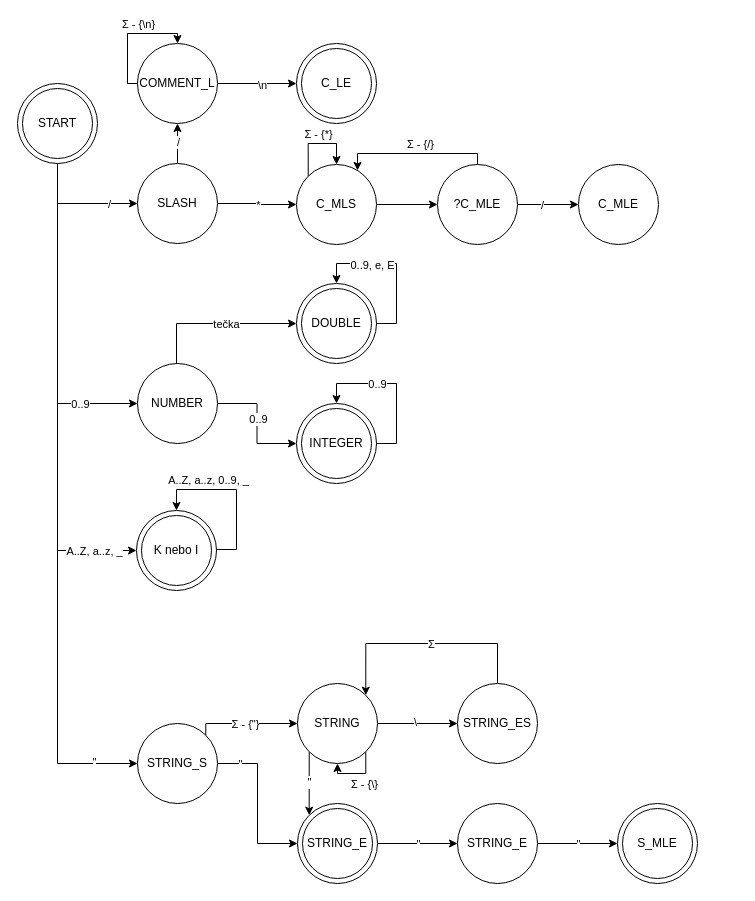
Before: doc/other/lexer.drawio in Zero5G/ifj-project, a draw.io diagram. Source tidied: cells renumbered, new cells numbered last; positions are measured from the earlier drawing's top-left corner, leaving out a move shared by most shapes. Both pictures are drawn from the tidied source at 100%, with x=0, y=0 at pixel (17, 33).
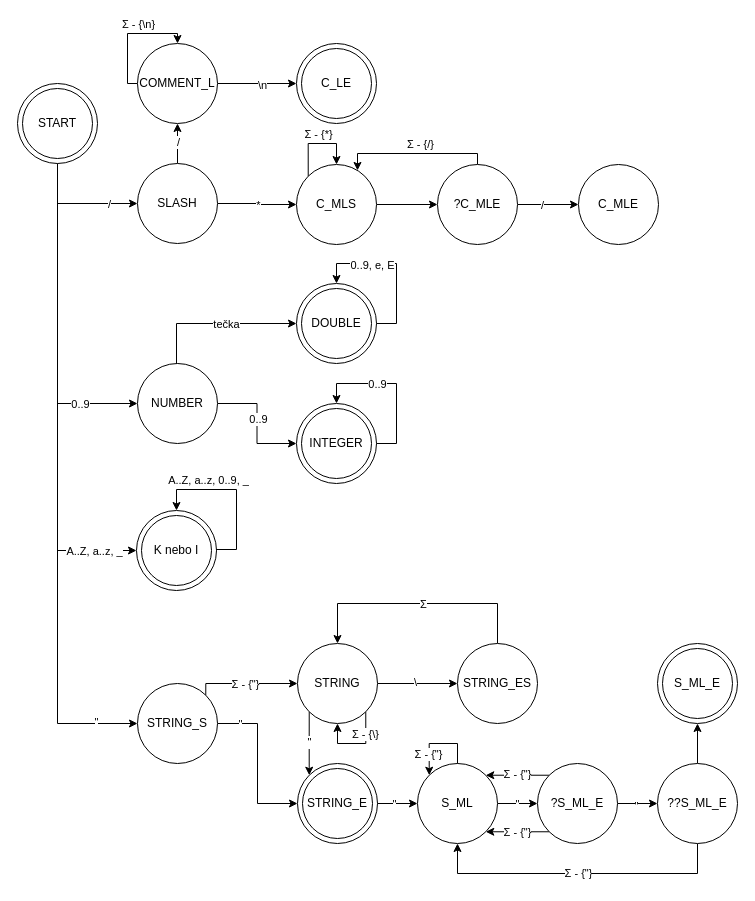
The same page after the edit.

Commit message:
fsm: fix comments

The change refers to these unchanged cells:
```xml
<mxCell id="76" style="ellipse;whiteSpace=wrap;html=1;shapeInside=1;" parent="75" vertex="1">
  <mxGeometry width="80" height="80" as="geometry" />
</mxCell>
```

Change to the diagram source:
```diff
@@
     <mxCell id="21" style="edgeStyle=orthogonalEdgeStyle;rounded=0;jettySize=auto;html=1;exitX=1;exitY=0;exitDx=0;exitDy=0;entryX=0;entryY=0.5;entryDx=0;entryDy=0;" parent="1" edge="1" source="72" target="74">
       <mxGeometry relative="1" as="geometry">
         <Array as="points">
-          <mxPoint x="188.3" y="690" />
+          <mxPoint x="188.3" y="650" />
         </Array>
       </mxGeometry>
     </mxCell>
@@
     <mxCell id="25" style="edgeStyle=orthogonalEdgeStyle;rounded=0;jettySize=auto;html=1;exitX=0;exitY=1;exitDx=0;exitDy=0;entryX=0;entryY=0;entryDx=0;entryDy=0;" parent="1" edge="1" source="74" target="76">
       <mxGeometry relative="1" as="geometry">
         <Array as="points">
-          <mxPoint x="291.7" y="750" />
-          <mxPoint x="291.7" y="750" />
+          <mxPoint x="291.7" y="710" />
+          <mxPoint x="291.7" y="710" />
         </Array>
       </mxGeometry>
     </mxCell>
@@
     <mxCell id="27" style="edgeStyle=orthogonalEdgeStyle;rounded=0;jettySize=auto;html=1;entryX=0;entryY=0.5;entryDx=0;entryDy=0;exitX=1;exitY=0.5;exitDx=0;exitDy=0;" parent="1" edge="1" source="74" target="73">
       <mxGeometry relative="1" as="geometry">
         <Array as="points">
-          <mxPoint x="440" y="690" />
-          <mxPoint x="440" y="690" />
+          <mxPoint x="440" y="650" />
+          <mxPoint x="440" y="650" />
         </Array>
       </mxGeometry>
     </mxCell>
@@
-    <mxCell id="29" style="edgeStyle=orthogonalEdgeStyle;rounded=0;jettySize=auto;html=1;exitX=1;exitY=0.5;exitDx=0;exitDy=0;entryX=0;entryY=0.5;entryDx=0;entryDy=0;" parent="1" edge="1" source="76" target="78">
-      <mxGeometry relative="1" as="geometry" />
-    </mxCell>
-    <mxCell id="30" value="&quot;" style="edgeLabel;html=1;align=center;verticalAlign=middle;" parent="29" vertex="1">
-      <mxGeometry x="-0.08" y="-1" relative="1" as="geometry">
-        <mxPoint x="3" y="-1" as="offset" />
-      </mxGeometry>
-    </mxCell>
-    <mxCell id="31" style="edgeStyle=orthogonalEdgeStyle;rounded=0;jettySize=auto;html=1;exitX=0.5;exitY=0;exitDx=0;exitDy=0;entryX=1;entryY=0;entryDx=0;entryDy=0;" parent="1" edge="1" source="73" target="74">
+    <mxCell id="31" style="edgeStyle=orthogonalEdgeStyle;rounded=0;jettySize=auto;html=1;exitX=0.5;exitY=0;exitDx=0;exitDy=0;entryX=0.5;entryY=0;entryDx=0;entryDy=0;" parent="1" edge="1" source="73" target="74">
       <mxGeometry relative="1" as="geometry">
         <Array as="points">
-          <mxPoint x="348.3" y="610" />
+          <mxPoint x="480" y="570" />
+          <mxPoint x="320" y="570" />
         </Array>
       </mxGeometry>
     </mxCell>
@@
-    <mxCell id="33" style="edgeStyle=orthogonalEdgeStyle;rounded=0;jettySize=auto;html=1;exitX=1;exitY=0.5;exitDx=0;exitDy=0;entryX=0;entryY=0.5;entryDx=0;entryDy=0;" parent="1" edge="1" source="78" target="80">
-      <mxGeometry relative="1" as="geometry" />
-    </mxCell>
-    <mxCell id="34" value="&quot;" style="edgeLabel;html=1;align=center;verticalAlign=middle;" parent="33" vertex="1">
-      <mxGeometry x="-0.46" relative="1" as="geometry">
-        <mxPoint x="18" as="offset" />
-      </mxGeometry>
-    </mxCell>
     <mxCell id="35" style="edgeStyle=orthogonalEdgeStyle;rounded=0;orthogonalLoop=1;jettySize=auto;html=1;innerLoopWaypoints=1;exitX=1;exitY=1;exitDx=0;exitDy=0;entryX=0.5;entryY=1;entryDx=0;entryDy=0;" parent="1" edge="1" source="74" target="74">
       <mxGeometry relative="1" as="geometry">
         <Array as="points">
-          <mxPoint x="348.4" y="740" />
-          <mxPoint x="320" y="740" />
+          <mxPoint x="348.3" y="710" />
+          <mxPoint x="320" y="710" />
         </Array>
       </mxGeometry>
     </mxCell>
     <mxCell id="36" value="Σ - {\}" style="edgeLabel;html=1;align=center;verticalAlign=middle;" parent="35" vertex="1">
       <mxGeometry x="-0.11" y="1" relative="1" as="geometry">
-        <mxPoint x="3" y="9" as="offset" />
+        <mxPoint x="3" y="-11" as="offset" />
       </mxGeometry>
     </mxCell>
@@
     <mxCell id="72" value="STRING_S" style="ellipse;whiteSpace=wrap;html=1;shapeInside=1;" parent="1" vertex="1">
-      <mxGeometry x="120" y="690" width="80" height="80" as="geometry" />
+      <mxGeometry x="120" y="650" width="80" height="80" as="geometry" />
     </mxCell>
     <mxCell id="73" value="STRING_ES" style="ellipse;whiteSpace=wrap;html=1;shapeInside=1;" parent="1" vertex="1">
-      <mxGeometry x="440" y="650" width="80" height="80" as="geometry" />
+      <mxGeometry x="440" y="610" width="80" height="80" as="geometry" />
     </mxCell>
     <mxCell id="74" value="STRING" style="ellipse;whiteSpace=wrap;html=1;shapeInside=1;" parent="1" vertex="1">
-      <mxGeometry x="280" y="650" width="80" height="80" as="geometry" />
+      <mxGeometry x="280" y="610" width="80" height="80" as="geometry" />
     </mxCell>
     <mxCell id="75" style="group;" parent="1" vertex="1">
-      <mxGeometry x="280" y="770" width="80" height="80" as="geometry" />
+      <mxGeometry x="280" y="730" width="80" height="80" as="geometry" />
     </mxCell>
@@
-    <mxCell id="78" value="STRING_E" style="ellipse;whiteSpace=wrap;html=1;shapeInside=1;" parent="1" vertex="1">
-      <mxGeometry x="440" y="770" width="80" height="80" as="geometry" />
-    </mxCell>
-    <mxCell id="79" style="group;" parent="1" vertex="1">
-      <mxGeometry x="600" y="770" width="80" height="80" as="geometry" />
-    </mxCell>
+    <mxCell id="82" style="edgeStyle=orthogonalEdgeStyle;rounded=0;jettySize=auto;html=1;" parent="1" edge="1" source="84" target="95">
+      <mxGeometry relative="1" as="geometry" />
+    </mxCell>
+    <mxCell id="83" value="&quot;" style="edgeLabel;html=1;align=center;verticalAlign=middle;" parent="82" vertex="1">
+      <mxGeometry x="-0.05" relative="1" as="geometry" />
+    </mxCell>
+    <mxCell id="84" value="S_ML" style="ellipse;whiteSpace=wrap;html=1;shapeInside=1;" parent="1" vertex="1">
+      <mxGeometry x="400" y="730" width="80" height="80" as="geometry" />
+    </mxCell>
+    <mxCell id="85" style="edgeStyle=orthogonalEdgeStyle;rounded=0;jettySize=auto;html=1;exitX=1;exitY=0.5;exitDx=0;exitDy=0;" parent="1" edge="1" source="76" target="84">
+      <mxGeometry relative="1" as="geometry" />
+    </mxCell>
+    <mxCell id="86" value="&quot;" style="edgeLabel;html=1;align=center;verticalAlign=middle;" parent="85" vertex="1">
+      <mxGeometry x="-0.18" relative="1" as="geometry" />
+    </mxCell>
+    <mxCell id="87" style="edgeStyle=orthogonalEdgeStyle;rounded=0;orthogonalLoop=1;jettySize=auto;html=1;innerLoopWaypoints=1;exitX=0.5;exitY=0;exitDx=0;exitDy=0;entryX=0;entryY=0;entryDx=0;entryDy=0;" parent="1" edge="1" source="84" target="84">
+      <mxGeometry relative="1" as="geometry">
+        <Array as="points">
+          <mxPoint x="440" y="710" />
+          <mxPoint x="411.7" y="710" />
+        </Array>
+      </mxGeometry>
+    </mxCell>
+    <mxCell id="88" value="Σ - {&quot;}" style="edgeLabel;html=1;align=center;verticalAlign=middle;" parent="87" vertex="1">
+      <mxGeometry x="-0.18" y="-1" relative="1" as="geometry">
+        <mxPoint x="-17" y="11" as="offset" />
+      </mxGeometry>
+    </mxCell>
+    <mxCell id="89" style="edgeStyle=orthogonalEdgeStyle;rounded=0;jettySize=auto;html=1;" parent="1" edge="1" source="95" target="99">
+      <mxGeometry relative="1" as="geometry" />
+    </mxCell>
+    <mxCell id="90" value="&quot;" style="edgeLabel;html=1;align=center;verticalAlign=middle;" parent="89" vertex="1">
+      <mxGeometry x="-0.11" y="-2" relative="1" as="geometry" />
+    </mxCell>
+    <mxCell id="91" style="edgeStyle=orthogonalEdgeStyle;rounded=0;jettySize=auto;html=1;exitX=0;exitY=0;exitDx=0;exitDy=0;entryX=1;entryY=0;entryDx=0;entryDy=0;" parent="1" edge="1" source="95" target="84">
+      <mxGeometry relative="1" as="geometry" />
+    </mxCell>
+    <mxCell id="92" value="Σ - {&quot;}" style="edgeLabel;html=1;align=center;verticalAlign=middle;" parent="91" vertex="1">
+      <mxGeometry x="0.02" y="-1" relative="1" as="geometry" />
+    </mxCell>
+    <mxCell id="93" style="edgeStyle=orthogonalEdgeStyle;rounded=0;jettySize=auto;html=1;exitX=0;exitY=1;exitDx=0;exitDy=0;entryX=1;entryY=1;entryDx=0;entryDy=0;" parent="1" edge="1" source="95" target="84">
+      <mxGeometry relative="1" as="geometry" />
+    </mxCell>
+    <mxCell id="94" value="Σ - {&quot;}" style="edgeLabel;html=1;align=center;verticalAlign=middle;" parent="93" vertex="1">
+      <mxGeometry x="0.03" relative="1" as="geometry">
+        <mxPoint x="1" as="offset" />
+      </mxGeometry>
+    </mxCell>
+    <mxCell id="95" value="?S_ML_E" style="ellipse;whiteSpace=wrap;html=1;shapeInside=1;" parent="1" vertex="1">
+      <mxGeometry x="520" y="730" width="80" height="80" as="geometry" />
+    </mxCell>
+    <mxCell id="96" style="edgeStyle=orthogonalEdgeStyle;rounded=0;jettySize=auto;html=1;exitX=0.5;exitY=1;exitDx=0;exitDy=0;entryX=0.5;entryY=1;entryDx=0;entryDy=0;" parent="1" edge="1" source="99" target="84">
+      <mxGeometry relative="1" as="geometry">
+        <Array as="points">
+          <mxPoint x="680" y="840" />
+          <mxPoint x="440" y="840" />
+        </Array>
+      </mxGeometry>
+    </mxCell>
+    <mxCell id="97" value="Σ - {&quot;}" style="edgeLabel;html=1;align=center;verticalAlign=middle;" parent="96" vertex="1">
+      <mxGeometry x="0.6" y="-1" relative="1" as="geometry">
+        <mxPoint x="90" as="offset" />
+      </mxGeometry>
+    </mxCell>
+    <mxCell id="98" style="edgeStyle=orthogonalEdgeStyle;rounded=0;jettySize=auto;html=1;exitX=0.5;exitY=0;exitDx=0;exitDy=0;entryX=0.5;entryY=1;entryDx=0;entryDy=0;" parent="1" edge="1" source="99" target="80">
+      <mxGeometry relative="1" as="geometry" />
+    </mxCell>
+    <mxCell id="99" value="??S_ML_E" style="ellipse;whiteSpace=wrap;html=1;shapeInside=1;" parent="1" vertex="1">
+      <mxGeometry x="640" y="730" width="80" height="80" as="geometry" />
+    </mxCell>
+    <mxCell id="100" style="group;" parent="1" vertex="1">
+      <mxGeometry x="640" y="610" width="80" height="80" as="geometry" />
+    </mxCell>
-    <mxCell id="80" style="ellipse;whiteSpace=wrap;html=1;shapeInside=1;" parent="79" vertex="1">
+    <mxCell id="80" style="ellipse;whiteSpace=wrap;html=1;shapeInside=1;" parent="100" vertex="1">
       <mxGeometry width="80" height="80" as="geometry" />
     </mxCell>
-    <mxCell id="81" value="S_MLE" style="ellipse;whiteSpace=wrap;html=1;shapeInside=1;" parent="79" vertex="1">
-      <mxGeometry x="5" y="5" width="70" height="70" as="geometry" />
-    </mxCell>
+    <mxCell id="101" value="S_ML_E" style="ellipse;whiteSpace=wrap;html=1;shapeInside=1;" parent="100" vertex="1">
+      <mxGeometry x="5" y="5" width="70" height="70" as="geometry" />
+    </mxCell>
```
